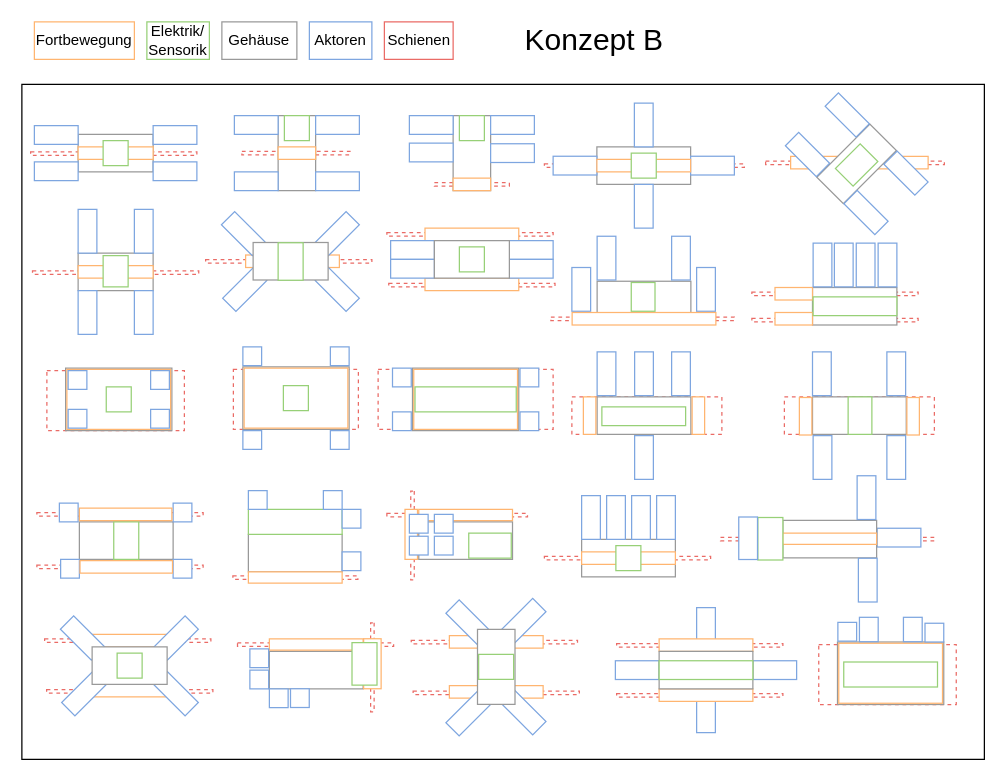
The draw.io diagram Meilenstein 3/Dokumente/Gestaltvariationen/Gestaltvariation_B.drawio in plastikpamaro/MKon, before the edit. Source tidied: cells renumbered, new cells numbered last; positions are measured from the earlier drawing's top-left corner, leaving out a move shared by most shapes. Both pictures are drawn from the tidied source at 125%, with x=0, y=0 at pixel (21, 21).
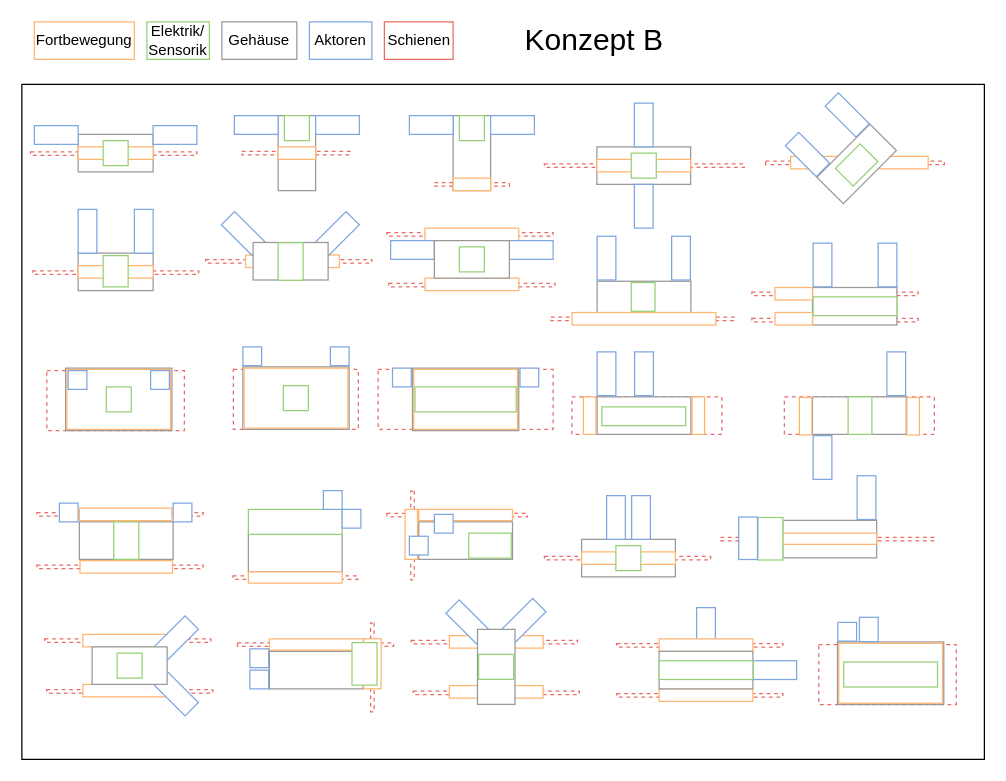
The same diagram, later.

Change to the diagram source:
```diff
@@
-    <mxCell id="7" style="rounded=0;whiteSpace=wrap;html=1;strokeColor=#7EA6E0;rotation=0;" parent="3" vertex="1">
-      <mxGeometry x="684.2" y="405.1" width="35" height="15" as="geometry" />
-    </mxCell>
@@
-    <mxCell id="42" style="rounded=0;whiteSpace=wrap;html=1;strokeColor=#7EA6E0;" parent="3" vertex="1">
-      <mxGeometry x="105" y="112" width="35" height="15" as="geometry" />
-    </mxCell>
@@
-    <mxCell id="44" style="rounded=0;whiteSpace=wrap;html=1;strokeColor=#7EA6E0;" parent="3" vertex="1">
-      <mxGeometry x="10" y="112" width="35" height="15" as="geometry" />
-    </mxCell>
@@
-    <mxCell id="49" style="rounded=0;whiteSpace=wrap;html=1;strokeColor=#7EA6E0;" parent="3" vertex="1">
-      <mxGeometry x="235" y="120" width="35" height="15" as="geometry" />
-    </mxCell>
@@
-    <mxCell id="51" style="rounded=0;whiteSpace=wrap;html=1;strokeColor=#7EA6E0;" parent="3" vertex="1">
-      <mxGeometry x="170" y="120" width="35" height="15" as="geometry" />
-    </mxCell>
@@
-    <mxCell id="58" style="rounded=0;whiteSpace=wrap;html=1;strokeColor=#7EA6E0;rotation=-90;" parent="3" vertex="1">
-      <mxGeometry x="35" y="225" width="35" height="15" as="geometry" />
-    </mxCell>
-    <mxCell id="59" style="rounded=0;whiteSpace=wrap;html=1;strokeColor=#7EA6E0;rotation=-90;" parent="3" vertex="1">
-      <mxGeometry x="80" y="225" width="35" height="15" as="geometry" />
-    </mxCell>
@@
-    <mxCell id="61" style="rounded=0;whiteSpace=wrap;html=1;strokeColor=#7EA6E0;rotation=-90;" parent="3" vertex="1">
-      <mxGeometry x="437.8" y="389" width="35" height="15" as="geometry" />
-    </mxCell>
@@
-    <mxCell id="64" style="rounded=0;whiteSpace=wrap;html=1;strokeColor=#7EA6E0;rotation=-90;" parent="3" vertex="1">
-      <mxGeometry x="497.8" y="389" width="35" height="15" as="geometry" />
-    </mxCell>
@@
-    <mxCell id="70" style="rounded=0;whiteSpace=wrap;html=1;strokeColor=#7EA6E0;rotation=0;" parent="3" vertex="1">
-      <mxGeometry x="310" y="97" width="35" height="15" as="geometry" />
-    </mxCell>
@@
-    <mxCell id="72" style="rounded=0;whiteSpace=wrap;html=1;strokeColor=#7EA6E0;rotation=0;" parent="3" vertex="1">
-      <mxGeometry x="375" y="97.5" width="35" height="15" as="geometry" />
-    </mxCell>
@@
-    <mxCell id="77" style="rounded=0;whiteSpace=wrap;html=1;strokeColor=#7EA6E0;rotation=0;" parent="3" vertex="1">
-      <mxGeometry x="295" y="190" width="35" height="15" as="geometry" />
-    </mxCell>
@@
-    <mxCell id="79" style="rounded=0;whiteSpace=wrap;html=1;strokeColor=#7EA6E0;rotation=0;" parent="3" vertex="1">
-      <mxGeometry x="390" y="190" width="35" height="15" as="geometry" />
-    </mxCell>
@@
-    <mxCell id="83" style="rounded=0;whiteSpace=wrap;html=1;strokeColor=#7EA6E0;rotation=0;" parent="3" vertex="1">
-      <mxGeometry x="425" y="107.5" width="35" height="15" as="geometry" />
-    </mxCell>
-    <mxCell id="84" style="rounded=0;whiteSpace=wrap;html=1;strokeColor=#7EA6E0;rotation=0;" parent="3" vertex="1">
-      <mxGeometry x="535" y="107.5" width="35" height="15" as="geometry" />
-    </mxCell>
@@
-    <mxCell id="89" style="rounded=0;whiteSpace=wrap;html=1;strokeColor=#7EA6E0;rotation=0;" parent="3" vertex="1">
-      <mxGeometry x="474.8" y="511.1" width="35" height="15" as="geometry" />
-    </mxCell>
@@
-    <mxCell id="91" style="rounded=0;whiteSpace=wrap;html=1;strokeColor=#7EA6E0;rotation=90;" parent="3" vertex="1">
-      <mxGeometry x="529.8" y="543.6" width="35" height="15" as="geometry" />
-    </mxCell>
@@
-    <mxCell id="100" style="rounded=0;whiteSpace=wrap;html=1;strokeColor=#7EA6E0;rotation=-90;" parent="3" vertex="1">
-      <mxGeometry x="430" y="206.5" width="35" height="15" as="geometry" />
-    </mxCell>
-    <mxCell id="101" style="rounded=0;whiteSpace=wrap;html=1;strokeColor=#7EA6E0;rotation=-90;" parent="3" vertex="1">
-      <mxGeometry x="529.8" y="206.5" width="35" height="15" as="geometry" />
-    </mxCell>
@@
-    <mxCell id="108" style="rounded=0;whiteSpace=wrap;html=1;strokeColor=#7EA6E0;rotation=-90;fontStyle=0;" parent="3" vertex="1">
-      <mxGeometry x="640" y="187" width="35" height="15" as="geometry" />
-    </mxCell>
-    <mxCell id="109" style="rounded=0;whiteSpace=wrap;html=1;strokeColor=#7EA6E0;rotation=-90;fontStyle=1;" parent="3" vertex="1">
-      <mxGeometry x="657.5" y="187" width="35" height="15" as="geometry" />
-    </mxCell>
@@
-    <mxCell id="116" style="rounded=0;whiteSpace=wrap;html=1;strokeColor=#7EA6E0;rotation=-90;" parent="3" vertex="1">
-      <mxGeometry x="37" y="310" width="15" height="15" as="geometry" />
-    </mxCell>
-    <mxCell id="117" style="rounded=0;whiteSpace=wrap;html=1;strokeColor=#7EA6E0;rotation=-90;" parent="3" vertex="1">
-      <mxGeometry x="103" y="310" width="15" height="15" as="geometry" />
-    </mxCell>
@@
-    <mxCell id="123" style="rounded=0;whiteSpace=wrap;html=1;strokeColor=#7EA6E0;rotation=-90;" parent="3" vertex="1">
-      <mxGeometry x="176.8" y="327" width="15" height="15" as="geometry" />
-    </mxCell>
-    <mxCell id="124" style="rounded=0;whiteSpace=wrap;html=1;strokeColor=#7EA6E0;rotation=-90;" parent="3" vertex="1">
-      <mxGeometry x="246.8" y="327" width="15" height="15" as="geometry" />
-    </mxCell>
@@
-    <mxCell id="130" style="rounded=0;whiteSpace=wrap;html=1;strokeColor=#7EA6E0;rotation=-90;" parent="3" vertex="1">
-      <mxGeometry x="296.5" y="312" width="15" height="15" as="geometry" />
-    </mxCell>
-    <mxCell id="131" style="rounded=0;whiteSpace=wrap;html=1;strokeColor=#7EA6E0;rotation=-90;" parent="3" vertex="1">
-      <mxGeometry x="398.5" y="312" width="15" height="15" as="geometry" />
-    </mxCell>
@@
-    <mxCell id="137" style="rounded=0;whiteSpace=wrap;html=1;strokeColor=#7EA6E0;rotation=-90;" parent="3" vertex="1">
-      <mxGeometry x="509.8" y="274" width="35" height="15" as="geometry" />
-    </mxCell>
-    <mxCell id="138" style="rounded=0;whiteSpace=wrap;html=1;strokeColor=#7EA6E0;rotation=-90;" parent="3" vertex="1">
-      <mxGeometry x="480.2" y="341" width="35" height="15" as="geometry" />
-    </mxCell>
@@
-    <mxCell id="145" style="rounded=0;whiteSpace=wrap;html=1;strokeColor=#7EA6E0;rotation=-90;" parent="3" vertex="1">
-      <mxGeometry x="622.5" y="274" width="35" height="15" as="geometry" />
-    </mxCell>
@@
-    <mxCell id="148" style="rounded=0;whiteSpace=wrap;html=1;strokeColor=#7EA6E0;rotation=-90;" parent="3" vertex="1">
-      <mxGeometry x="682" y="341" width="35" height="15" as="geometry" />
-    </mxCell>
@@
-    <mxCell id="152" style="rounded=0;whiteSpace=wrap;html=1;strokeColor=#7EA6E0;rotation=-90;" parent="3" vertex="1">
-      <mxGeometry x="121" y="430" width="15" height="15" as="geometry" />
-    </mxCell>
-    <mxCell id="153" style="rounded=0;whiteSpace=wrap;html=1;strokeColor=#7EA6E0;rotation=-90;" parent="3" vertex="1">
-      <mxGeometry x="31" y="430" width="15" height="15" as="geometry" />
-    </mxCell>
@@
-    <mxCell id="164" style="rounded=0;whiteSpace=wrap;html=1;strokeColor=#7EA6E0;rotation=-90;" parent="3" vertex="1">
-      <mxGeometry x="256.2" y="424" width="15" height="15" as="geometry" />
-    </mxCell>
-    <mxCell id="165" style="rounded=0;whiteSpace=wrap;html=1;strokeColor=#7EA6E0;rotation=-90;" parent="3" vertex="1">
-      <mxGeometry x="181.2" y="375" width="15" height="15" as="geometry" />
-    </mxCell>
@@
-    <mxCell id="171" style="rounded=0;whiteSpace=wrap;html=1;strokeColor=#7EA6E0;rotation=-90;" parent="3" vertex="1">
-      <mxGeometry x="310" y="394" width="15" height="15" as="geometry" />
-    </mxCell>
@@
-    <mxCell id="174" style="rounded=0;whiteSpace=wrap;html=1;strokeColor=#7EA6E0;rotation=-90;" parent="3" vertex="1">
-      <mxGeometry x="330" y="411.5" width="15" height="15" as="geometry" />
-    </mxCell>
@@
-    <mxCell id="181" style="rounded=0;whiteSpace=wrap;html=1;strokeColor=#7EA6E0;rotation=-90;" parent="3" vertex="1">
-      <mxGeometry x="198" y="533.6" width="15" height="15" as="geometry" />
-    </mxCell>
-    <mxCell id="182" style="rounded=0;whiteSpace=wrap;html=1;strokeColor=#7EA6E0;rotation=-90;" parent="3" vertex="1">
-      <mxGeometry x="214.9" y="533.5" width="15" height="15" as="geometry" />
-    </mxCell>
@@
-    <mxCell id="189" style="rounded=0;whiteSpace=wrap;html=1;strokeColor=#7EA6E0;rotation=-90;" parent="3" vertex="1">
-      <mxGeometry x="659.2" y="439.1" width="35" height="15" as="geometry" />
-    </mxCell>
@@
-    <mxCell id="195" style="rounded=0;whiteSpace=wrap;html=1;strokeColor=#7EA6E0;rotation=45;" parent="3" vertex="1">
-      <mxGeometry x="31" y="485.4" width="35" height="15" as="geometry" />
-    </mxCell>
-    <mxCell id="196" style="rounded=0;whiteSpace=wrap;html=1;strokeColor=#7EA6E0;rotation=-45;" parent="3" vertex="1">
-      <mxGeometry x="32" y="530" width="35" height="15" as="geometry" />
-    </mxCell>
@@
-    <mxCell id="204" style="rounded=0;whiteSpace=wrap;html=1;strokeColor=#7EA6E0;rotation=-45;" parent="3" vertex="1">
-      <mxGeometry x="160.8" y="206.5" width="35" height="15" as="geometry" />
-    </mxCell>
@@
-    <mxCell id="206" style="rounded=0;whiteSpace=wrap;html=1;strokeColor=#7EA6E0;rotation=45;" parent="3" vertex="1">
-      <mxGeometry x="234.8" y="206.5" width="35" height="15" as="geometry" />
-    </mxCell>
@@
-    <mxCell id="214" style="rounded=0;whiteSpace=wrap;html=1;strokeColor=#7EA6E0;rotation=-45;" parent="3" vertex="1">
-      <mxGeometry x="339.4" y="546.1" width="35" height="15" as="geometry" />
-    </mxCell>
@@
-    <mxCell id="216" style="rounded=0;whiteSpace=wrap;html=1;strokeColor=#7EA6E0;rotation=45;" parent="3" vertex="1">
-      <mxGeometry x="384.1" y="545.2" width="35" height="15" as="geometry" />
-    </mxCell>
@@
-    <mxCell id="220" style="rounded=0;whiteSpace=wrap;html=1;strokeColor=#7EA6E0;rotation=45;" parent="3" vertex="1">
-      <mxGeometry x="657.8" y="145" width="35" height="15" as="geometry" />
-    </mxCell>
-    <mxCell id="221" style="rounded=0;whiteSpace=wrap;html=1;strokeColor=#7EA6E0;rotation=45;" parent="3" vertex="1">
-      <mxGeometry x="689.8" y="113.5" width="35" height="15" as="geometry" />
-    </mxCell>
@@
-    <mxCell id="230" style="rounded=0;whiteSpace=wrap;html=1;strokeColor=#7EA6E0;rotation=-90;" parent="3" vertex="1">
-      <mxGeometry x="703" y="478.6" width="19.5" height="15" as="geometry" />
-    </mxCell>
-    <mxCell id="231" style="rounded=0;whiteSpace=wrap;html=1;strokeColor=#7EA6E0;rotation=-90;" parent="3" vertex="1">
-      <mxGeometry x="722.5" y="481.1" width="15" height="15" as="geometry" />
-    </mxCell>
```
